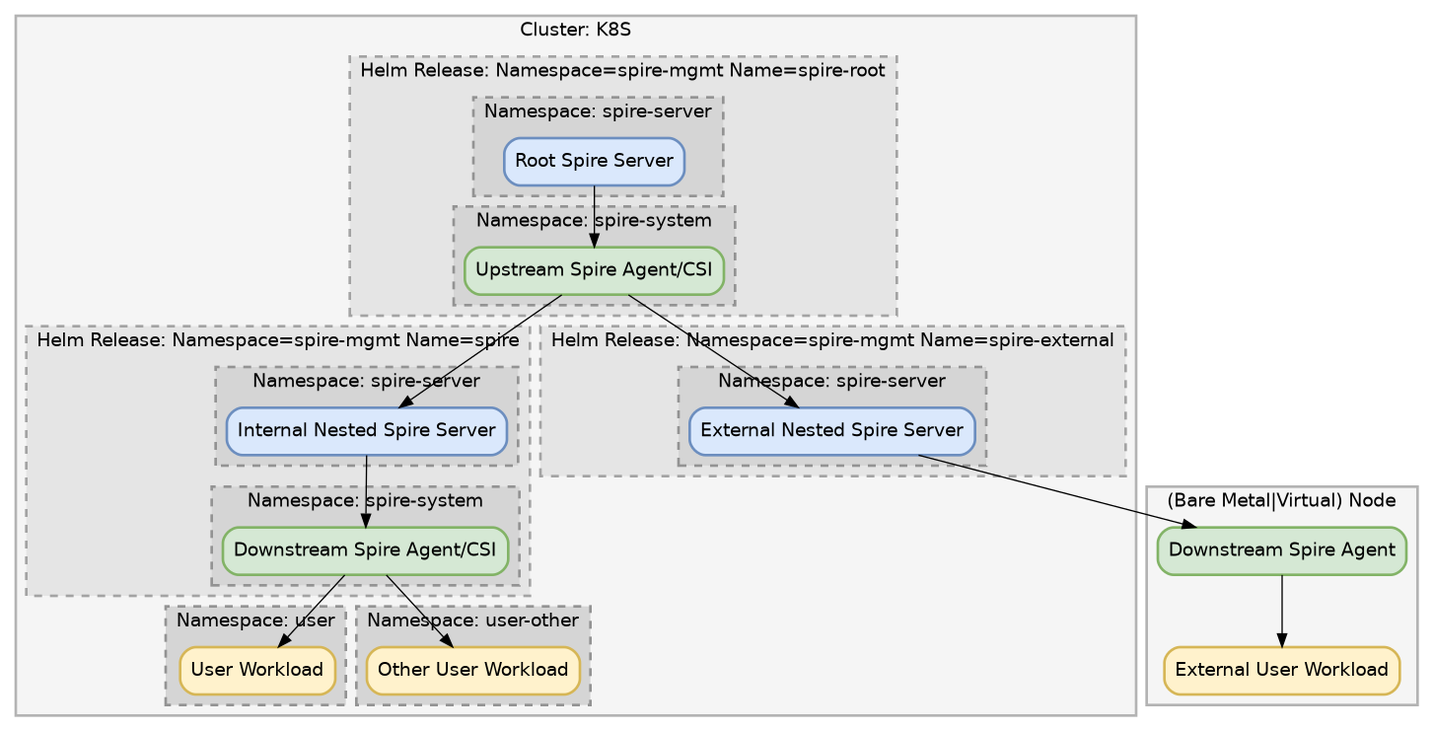
The Graphviz diagram static/img/spire-helm-charts-hardened/singlehardened.png in spiffe/spiffe.io, before a commit. Its source is kept beside it as static/img/spire-helm-charts-hardened/singlehardened.dot.
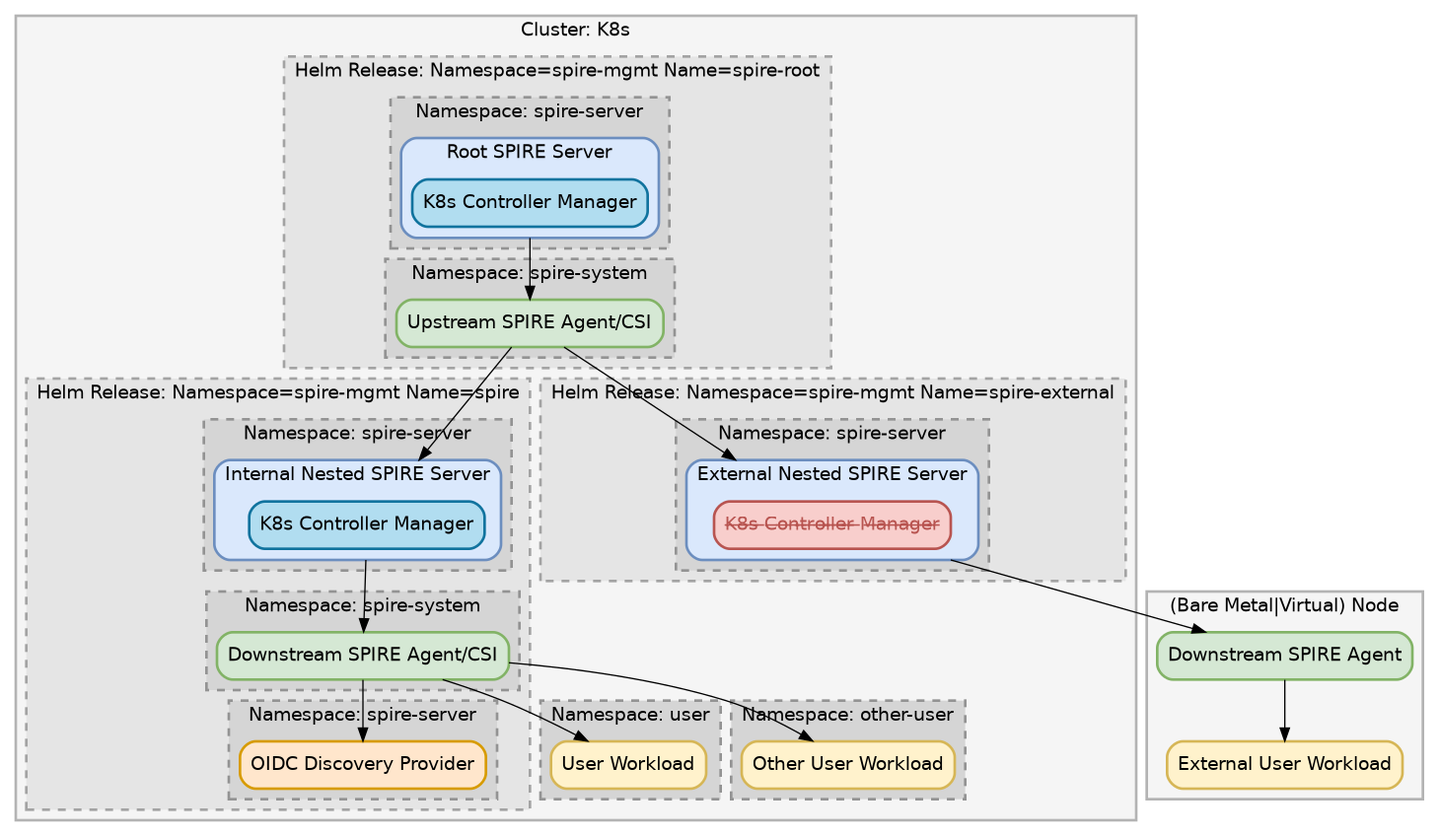
Above is the later version.

Diff of the diagram source:
```diff
@@ -1,14 +1,15 @@
 digraph G {
+  compound=true;
   subgraph cluster_baremetal {
     label="(Bare Metal|Virtual) Node"
     style="filled,solid,bold";
     color="#b3b3b3";
     fillcolor="#f5f5f5";
-    spireDownstreamAgent3 [label="Downstream Spire Agent",shape="box",style="rounded,solid,filled,bold",color="#82b366",fillcolor="#d5e8d4"];
+    spireDownstreamAgent3 [label="Downstream SPIRE Agent",shape="box",style="rounded,solid,filled,bold",color="#82b366",fillcolor="#d5e8d4"];
     userWorkload3 [label="External User Workload",shape="box",style="rounded,solid,filled,bold",color="#d6b656",fillcolor="#fff2cc"];
   }
   subgraph cluster_k8s {
-    label="Cluster: K8S";
+    label="Cluster: K8s";
     style="filled,solid,bold";
     color="#b3b3b3";
     fillcolor="#f5f5f5";
@@ -22,14 +23,20 @@
         color="#939393";
         fillcolor="#d5d5d5";
         label="Namespace: spire-server"
-        spireRoot [label="Root Spire Server",shape="box",style="rounded,solid,filled,bold",color="#6c8ebf",fillcolor="#dae8fc"];
+        subgraph cluster_ns_root_server_obj {
+          style="filled,rounded,bold";
+          color="#6c8ebf";
+          fillcolor="#dae8fc";
+          label="Root SPIRE Server"
+          spireRoot [label="K8s Controller Manager",shape="record",style="rounded,solid,filled,bold",color="#10739e",fillcolor="#b1ddf0"];
+        }
       }
       subgraph cluster_ns_1_system {
         style="filled,dashed,bold";
         color="#939393";
         fillcolor="#d5d5d5";
         label="Namespace: spire-system"
-        spireUpstreamAgent1 [label="Upstream Spire Agent/CSI",shape="box",style="rounded,solid,filled,bold",color="#82b366",fillcolor="#d5e8d4"];
+        spireUpstreamAgent1 [label="Upstream SPIRE Agent/CSI",shape="box",style="rounded,solid,filled,bold",color="#82b366",fillcolor="#d5e8d4"];
       }
     }
     subgraph cluster_nested1_release {
@@ -37,33 +44,46 @@
       style="filled,dashed,bold";
       color="#a3a3a3";
       fillcolor="#e5e5e5";
-      subgraph cluster_ns_nested_server {
+      subgraph cluster_ns_nested1_server {
         style="filled,dashed,bold";
         color="#939393";
         fillcolor="#d5d5d5";
         label="Namespace: spire-server";
-        spireServerNested1 [label="Internal Nested Spire Server",shape="box",style="rounded,solid,filled,bold",color="#6c8ebf",fillcolor="#dae8fc"];
+        subgraph cluster_ns_internal_server_obj {
+          style="filled,rounded,bold";
+          color="#6c8ebf";
+          fillcolor="#dae8fc";
+          label="Internal Nested SPIRE Server"
+          spireServerNested1 [label="K8s Controller Manager",shape="record",style="rounded,solid,filled,bold",color="#10739e",fillcolor="#b1ddf0"];
+        }
       }
-      subgraph cluster_ns_nested_system {
+      subgraph cluster_ns_nested1_system {
         style="filled,dashed,bold";
         color="#939393";
         fillcolor="#d5d5d5";
         label="Namespace: spire-system";
-        spireDownstreamAgent1 [label="Downstream Spire Agent/CSI",shape="box",style="rounded,solid,filled,bold",color="#82b366",fillcolor="#d5e8d4"];
+        spireDownstreamAgent1 [label="Downstream SPIRE Agent/CSI",shape="box",style="rounded,solid,filled,bold",color="#82b366",fillcolor="#d5e8d4"];
+      }
+      subgraph cluster_ns_nested1_system2 {
+        style="filled,dashed,bold";
+        color="#939393";
+        fillcolor="#d5d5d5";
+        label="Namespace: spire-server";
+        oidc [label="OIDC Discovery Provider",shape="box",style="rounded,solid,filled,bold",color="#d79b00",fillcolor="#ffe6cc"];
       }
     }
-    subgraph cluster_ns_nested_system {
+    subgraph cluster_ns_nested2_system {
       style="filled,dashed,bold";
       color="#939393";
       fillcolor="#d5d5d5";
       label="Namespace: user";
       userWorkload1 [label="User Workload",shape="box",style="rounded,solid,filled,bold",color="#d6b656",fillcolor="#fff2cc"];
     }
-    subgraph cluster_ns_nested2_system {
+    subgraph cluster_ns_nested2_system2 {
       style="filled,dashed,bold";
       color="#939393";
       fillcolor="#d5d5d5";
-      label="Namespace: user-other";
+      label="Namespace: other-user";
       userWorkload2 [label="Other User Workload",shape="box",style="rounded,solid,filled,bold",color="#d6b656",fillcolor="#fff2cc"];
     }
     subgraph cluster_nested3_release {
@@ -71,21 +91,28 @@
       style="filled,dashed,bold";
       color="#a3a3a3";
       fillcolor="#e5e5e5";
-      subgraph cluster_ns_nested2_system {
+      subgraph cluster_ns_nested3_system {
         style="filled,dashed,bold";
         color="#939393";
         fillcolor="#d5d5d5";
         label="Namespace: spire-server";
-        spireServerNested2 [label="External Nested Spire Server",shape="box",style="rounded,solid,filled,bold",color="#6c8ebf",fillcolor="#dae8fc"];
+        subgraph cluster_ns_external_server_obj {
+          style="filled,rounded,bold";
+          color="#6c8ebf";
+          fillcolor="#dae8fc";
+          label="External Nested SPIRE Server"
+          spireServerNested2 [label="K̶8̶s̶ ̶C̶o̶n̶t̶r̶o̶l̶l̶e̶r̶ ̶M̶a̶n̶a̶g̶e̶r̶",shape="record",style="rounded,solid,filled,bold",fontcolor="#b85450",color="#b85450",fillcolor="#f8cecc"];
+        }
       }
     }
-    spireRoot -> spireUpstreamAgent1;
-    spireUpstreamAgent1 -> spireServerNested1;
-    spireServerNested1 -> spireDownstreamAgent1;
+    spireRoot -> spireUpstreamAgent1 [ltail=cluster_ns_root_server_obj];
+    spireUpstreamAgent1 -> spireServerNested1 [lhead=cluster_ns_internal_server_obj];
+    spireServerNested1 -> spireDownstreamAgent1 [ltail=cluster_ns_internal_server_obj];
     spireDownstreamAgent1 -> userWorkload1;
     spireDownstreamAgent1 -> userWorkload2;
-    spireUpstreamAgent1 -> spireServerNested2;
-    spireServerNested2 -> spireDownstreamAgent3;
+    spireUpstreamAgent1 -> spireServerNested2 [lhead=cluster_ns_external_server_obj];
+    spireServerNested2 -> spireDownstreamAgent3 [ltail=cluster_ns_external_server_obj];
     spireDownstreamAgent3 -> userWorkload3;
+    spireDownstreamAgent1 -> oidc;
   }
 }
```
